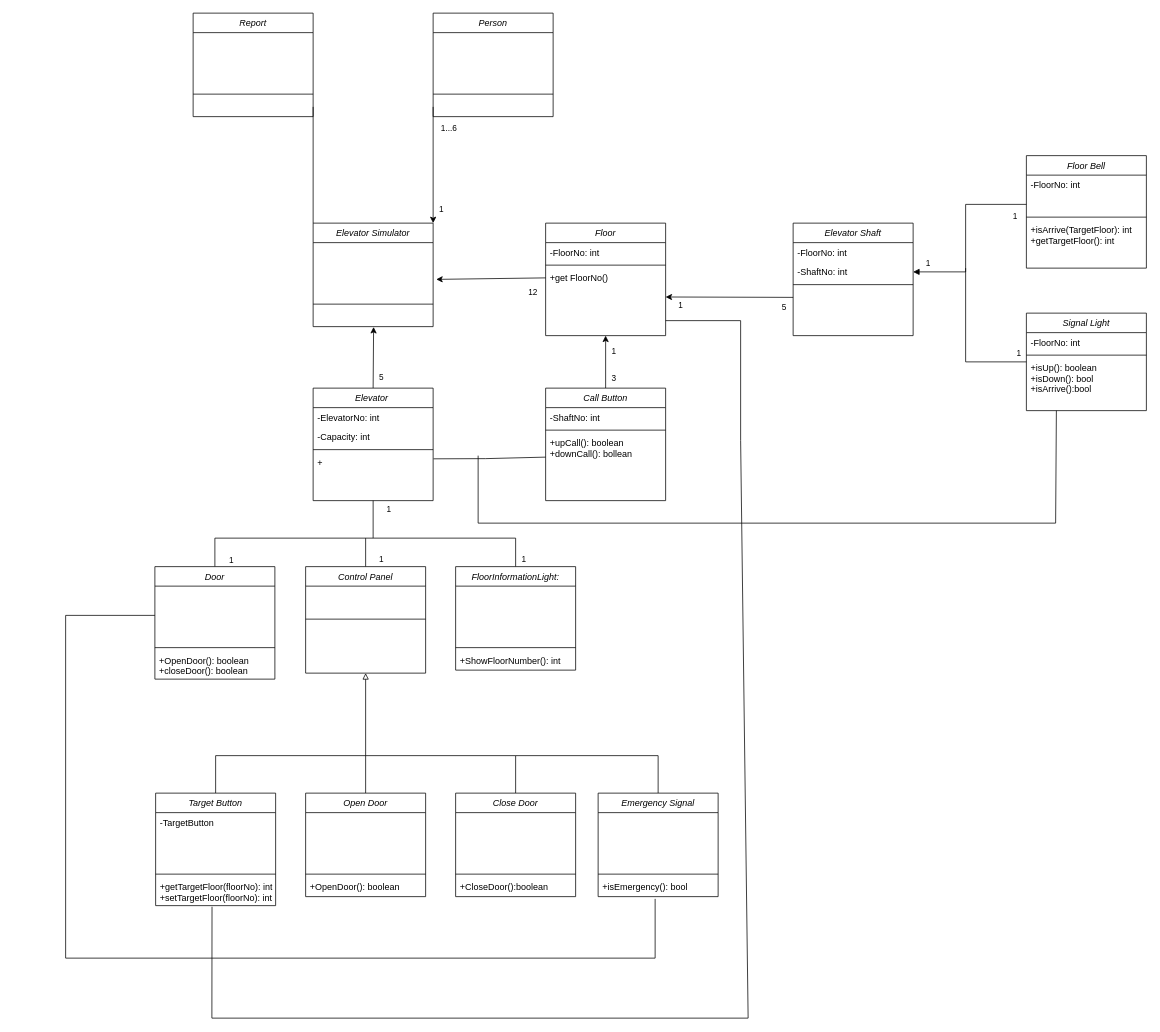
Above: Başlıksız Diyagram.drawio in Fulliar/ObjectOriented-UML (draw.io), before the change. Source tidied: cells renumbered, new cells numbered last; positions are measured from the earlier drawing's top-left corner, leaving out a move shared by most shapes. Both pictures are drawn from the tidied source at 75%, with x=0, y=0 at pixel (65, 13).
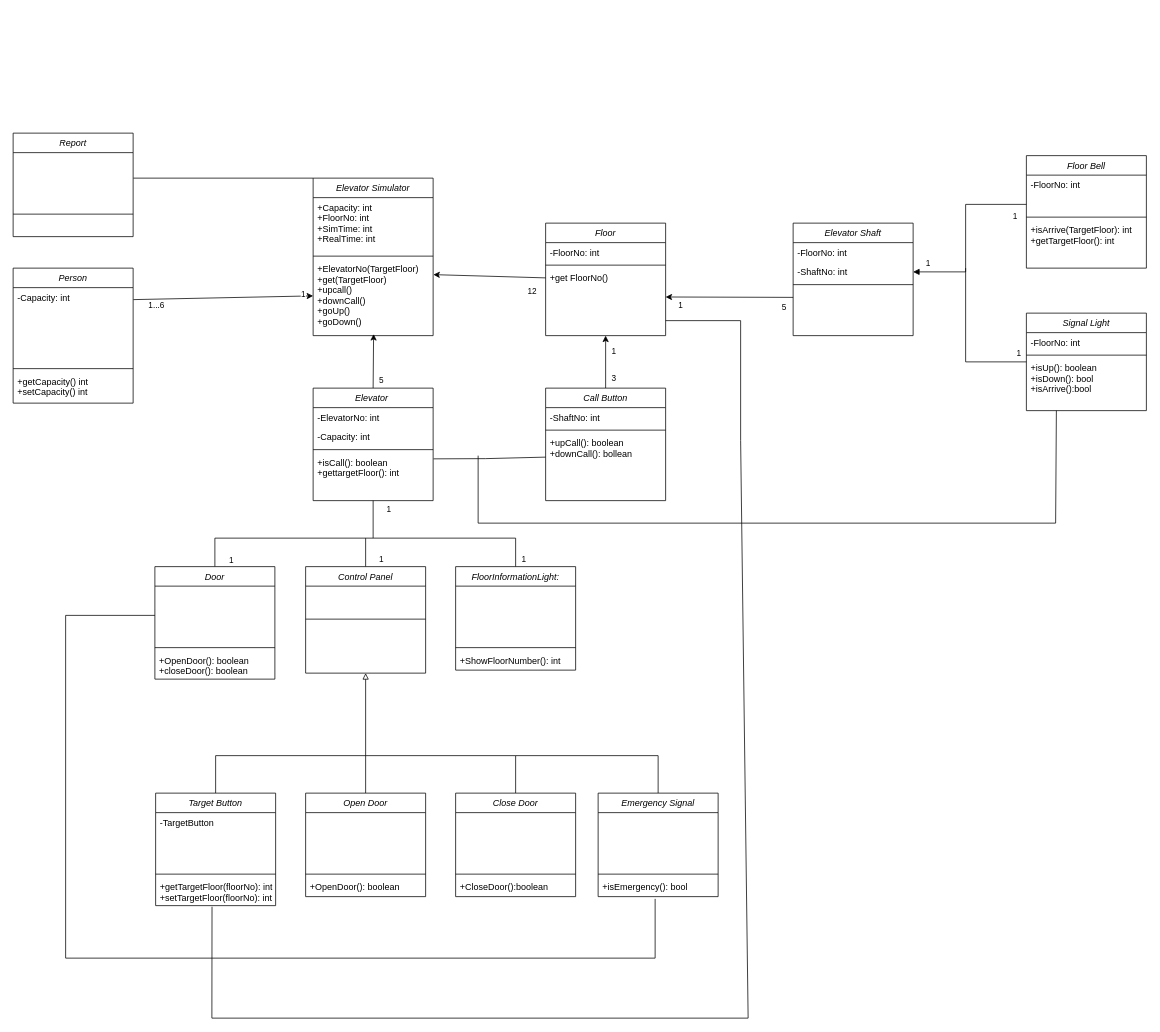
Above is the later version.

Unchanged cells that the change refers to:
```xml
<mxCell id="10" value="Elevator " style="swimlane;fontStyle=2;align=center;verticalAlign=top;horizontal=1;startSize=26;rounded=0;shadow=0;strokeWidth=1;" parent="1" vertex="1">
  <mxGeometry x="330" y="500" width="160" height="150" as="geometry" />
</mxCell>
<mxCell id="41" value="+get FloorNo()" style="text;align=left;verticalAlign=top;spacingLeft=4;spacingRight=4;overflow=hidden;points=[[0,0.5],[1,0.5]];portConstraint=eastwest;" parent="38" vertex="1">
  <mxGeometry y="60" width="160" height="26" as="geometry" />
</mxCell>
<mxCell id="65" value="+upCall(): boolean&#10;+downCall(): bollean" style="text;align=left;verticalAlign=top;spacingLeft=4;spacingRight=4;overflow=hidden;points=[[0,0.5],[1,0.5]];portConstraint=eastwest;" parent="62" vertex="1">
  <mxGeometry y="60" width="160" height="64" as="geometry" />
</mxCell>
<mxCell id="74" value=" " style="text;align=left;verticalAlign=top;spacingLeft=4;spacingRight=4;overflow=hidden;points=[[0,0.5],[1,0.5]];portConstraint=eastwest;rounded=0;shadow=0;html=0;" parent="72" vertex="1">
  <mxGeometry y="52" width="160" height="26" as="geometry" />
</mxCell>
<mxCell id="77" value=" " style="text;align=left;verticalAlign=top;spacingLeft=4;spacingRight=4;overflow=hidden;points=[[0,0.5],[1,0.5]];portConstraint=eastwest;" parent="72" vertex="1">
  <mxGeometry y="112" width="160" height="26" as="geometry" />
</mxCell>
```

Diff of the diagram source:
```diff
@@
     <mxCell id="2" value="Elevator Simulator" style="swimlane;fontStyle=2;align=center;verticalAlign=top;horizontal=1;startSize=26;rounded=0;shadow=0;strokeWidth=1;" parent="1" vertex="1">
-      <mxGeometry x="330" y="280" width="160" height="138" as="geometry" />
+      <mxGeometry x="330" y="220" width="160" height="210" as="geometry" />
     </mxCell>
-    <mxCell id="3" value=" " style="text;align=left;verticalAlign=top;spacingLeft=4;spacingRight=4;overflow=hidden;" parent="2" vertex="1">
-      <mxGeometry y="26" width="160" height="26" as="geometry" />
+    <mxCell id="3" value="+Capacity: int&#10;+FloorNo: int&#10;+SimTime: int&#10;+RealTime: int" style="text;align=left;verticalAlign=top;spacingLeft=4;spacingRight=4;overflow=hidden;" parent="2" vertex="1">
+      <mxGeometry y="26" width="160" height="74" as="geometry" />
     </mxCell>
-    <mxCell id="4" value=" " style="text;align=left;verticalAlign=top;spacingLeft=4;spacingRight=4;overflow=hidden;rounded=0;shadow=0;html=0;" parent="2" vertex="1">
-      <mxGeometry y="52" width="160" height="26" as="geometry" />
-    </mxCell>
-    <mxCell id="5" value=" " style="text;align=left;verticalAlign=top;spacingLeft=4;spacingRight=4;overflow=hidden;points=[[0,0.5],[1,0.5]];portConstraint=eastwest;rounded=0;shadow=0;html=0;" parent="2" vertex="1">
-      <mxGeometry y="78" width="160" height="26" as="geometry" />
-    </mxCell>
     <mxCell id="6" style="line;html=1;strokeWidth=1;align=left;verticalAlign=middle;spacingTop=-1;spacingLeft=3;spacingRight=3;labelPosition=right;" parent="2" vertex="1">
-      <mxGeometry y="104" width="160" height="8" as="geometry" />
+      <mxGeometry y="100" width="160" height="8" as="geometry" />
     </mxCell>
-    <mxCell id="7" value=" " style="text;align=left;verticalAlign=top;spacingLeft=4;spacingRight=4;overflow=hidden;points=[[0,0.5],[1,0.5]];portConstraint=eastwest;" parent="2" vertex="1">
-      <mxGeometry y="112" width="160" height="26" as="geometry" />
+    <mxCell id="7" value="+ElevatorNo(TargetFloor)&#10;+get(TargetFloor)&#10;+upcall()&#10;+downCall()&#10;+goUp()&#10;+goDown()" style="text;align=left;verticalAlign=top;spacingLeft=4;spacingRight=4;overflow=hidden;points=[[0,0.5],[1,0.5]];portConstraint=eastwest;" parent="2" vertex="1">
+      <mxGeometry y="108" width="160" height="98" as="geometry" />
     </mxCell>
@@
-    <mxCell id="14" value="+" style="text;align=left;verticalAlign=top;spacingLeft=4;spacingRight=4;overflow=hidden;points=[[0,0.5],[1,0.5]];portConstraint=eastwest;" parent="10" vertex="1">
-      <mxGeometry y="86" width="160" height="26" as="geometry" />
-    </mxCell>
+    <mxCell id="120" value="+isCall(): boolean&#10;+gettargetFloor(): int" style="text;align=left;verticalAlign=top;spacingLeft=4;spacingRight=4;overflow=hidden;rounded=0;shadow=0;html=0;" parent="10" vertex="1">
+      <mxGeometry y="86" width="160" height="34" as="geometry" />
+    </mxCell>
@@
     <mxCell id="66" value="Person" style="swimlane;fontStyle=2;align=center;verticalAlign=top;horizontal=1;startSize=26;rounded=0;shadow=0;strokeWidth=1;" parent="1" vertex="1">
-      <mxGeometry x="490" width="160" height="138" as="geometry" />
+      <mxGeometry x="-70" y="340" width="160" height="180" as="geometry" />
     </mxCell>
-    <mxCell id="67" value=" " style="text;align=left;verticalAlign=top;spacingLeft=4;spacingRight=4;overflow=hidden;points=[[0,0.5],[1,0.5]];portConstraint=eastwest;" parent="66" vertex="1">
+    <mxCell id="67" value="-Capacity: int" style="text;align=left;verticalAlign=top;spacingLeft=4;spacingRight=4;overflow=hidden;points=[[0,0.5],[1,0.5]];portConstraint=eastwest;" parent="66" vertex="1">
       <mxGeometry y="26" width="160" height="26" as="geometry" />
     </mxCell>
@@
+    <mxCell id="5" value=" " style="text;align=left;verticalAlign=top;spacingLeft=4;spacingRight=4;overflow=hidden;points=[[0,0.5],[1,0.5]];portConstraint=eastwest;rounded=0;shadow=0;html=0;" parent="66" vertex="1">
+      <mxGeometry y="78" width="160" height="26" as="geometry" />
+    </mxCell>
     <mxCell id="69" value=" " style="text;align=left;verticalAlign=top;spacingLeft=4;spacingRight=4;overflow=hidden;rounded=0;shadow=0;html=0;" parent="66" vertex="1">
-      <mxGeometry y="78" width="160" height="26" as="geometry" />
+      <mxGeometry y="104" width="160" height="26" as="geometry" />
     </mxCell>
     <mxCell id="70" style="line;html=1;strokeWidth=1;align=left;verticalAlign=middle;spacingTop=-1;spacingLeft=3;spacingRight=3;labelPosition=right;" parent="66" vertex="1">
-      <mxGeometry y="104" width="160" height="8" as="geometry" />
+      <mxGeometry y="130" width="160" height="8" as="geometry" />
     </mxCell>
-    <mxCell id="71" value=" " style="text;align=left;verticalAlign=top;spacingLeft=4;spacingRight=4;overflow=hidden;points=[[0,0.5],[1,0.5]];portConstraint=eastwest;" parent="66" vertex="1">
-      <mxGeometry y="112" width="160" height="26" as="geometry" />
+    <mxCell id="71" value="+getCapacity() int&#10;+setCapacity() int" style="text;align=left;verticalAlign=top;spacingLeft=4;spacingRight=4;overflow=hidden;points=[[0,0.5],[1,0.5]];portConstraint=eastwest;" parent="66" vertex="1">
+      <mxGeometry y="138" width="160" height="42" as="geometry" />
     </mxCell>
     <mxCell id="72" value="Report" style="swimlane;fontStyle=2;align=center;verticalAlign=top;horizontal=1;startSize=26;rounded=0;shadow=0;strokeWidth=1;" parent="1" vertex="1">
-      <mxGeometry x="170" width="160" height="138" as="geometry" />
+      <mxGeometry x="-70" y="160" width="160" height="138" as="geometry" />
     </mxCell>
@@
-    <mxCell id="78" style="edgeStyle=none;rounded=0;jettySize=auto;html=1;exitX=1;exitY=0.5;exitDx=0;exitDy=0;entryX=0;entryY=0;entryDx=0;entryDy=0;endArrow=none;endFill=0;" parent="1" edge="1" source="77" target="2">
+    <mxCell id="78" style="edgeStyle=none;rounded=0;jettySize=auto;html=1;entryX=0;entryY=0;entryDx=0;entryDy=0;endArrow=none;endFill=0;exitX=1.002;exitY=0.308;exitDx=0;exitDy=0;exitPerimeter=0;" parent="1" edge="1" source="74" target="2">
       <mxGeometry relative="1" as="geometry" />
     </mxCell>
-    <mxCell id="79" style="edgeStyle=none;rounded=0;jettySize=auto;html=1;exitX=0;exitY=0.5;exitDx=0;exitDy=0;endArrow=classic;endFill=1;entryX=1;entryY=0;entryDx=0;entryDy=0;" parent="1" edge="1" source="71" target="2">
+    <mxCell id="79" style="edgeStyle=none;rounded=0;jettySize=auto;html=1;exitX=1.002;exitY=0.615;exitDx=0;exitDy=0;endArrow=classic;endFill=1;entryX=0;entryY=0.5;entryDx=0;entryDy=0;exitPerimeter=0;" parent="1" edge="1" source="67" target="7">
       <mxGeometry relative="1" as="geometry" />
     </mxCell>
     <mxCell id="80" value="1...6" style="edgeLabel;html=1;align=center;verticalAlign=middle;" parent="79" vertex="1">
       <mxGeometry x="-0.65" relative="1" as="geometry">
-        <mxPoint x="20" as="offset" />
+        <mxPoint x="-12" y="8" as="offset" />
       </mxGeometry>
     </mxCell>
@@
-    <mxCell id="109" style="edgeStyle=none;rounded=0;jettySize=auto;html=1;exitX=0;exitY=0.5;exitDx=0;exitDy=0;entryX=1.026;entryY=-0.115;entryDx=0;entryDy=0;entryPerimeter=0;endArrow=classic;endFill=1;" parent="1" edge="1" source="41" target="5">
+    <mxCell id="109" style="edgeStyle=none;rounded=0;jettySize=auto;html=1;exitX=0;exitY=0.5;exitDx=0;exitDy=0;entryX=1.002;entryY=0.211;entryDx=0;entryDy=0;entryPerimeter=0;endArrow=classic;endFill=1;" parent="1" edge="1" source="41" target="7">
       <mxGeometry relative="1" as="geometry" />
     </mxCell>
@@
-    <mxCell id="114" style="edgeStyle=none;rounded=0;jettySize=auto;html=1;exitX=0;exitY=0.5;exitDx=0;exitDy=0;entryX=1.003;entryY=0.318;entryDx=0;entryDy=0;entryPerimeter=0;endArrow=none;endFill=0;" parent="1" edge="1" source="65" target="14">
+    <mxCell id="114" style="edgeStyle=none;rounded=0;jettySize=auto;html=1;exitX=0;exitY=0.5;exitDx=0;exitDy=0;entryX=1.003;entryY=0.318;entryDx=0;entryDy=0;entryPerimeter=0;endArrow=none;endFill=0;" parent="1" edge="1" source="65">
       <mxGeometry relative="1" as="geometry">
+        <mxPoint x="490.5" y="594.3" as="targetPoint" />
         <Array as="points">
           <mxPoint x="560" y="594" />
         </Array>
       </mxGeometry>
     </mxCell>
```
